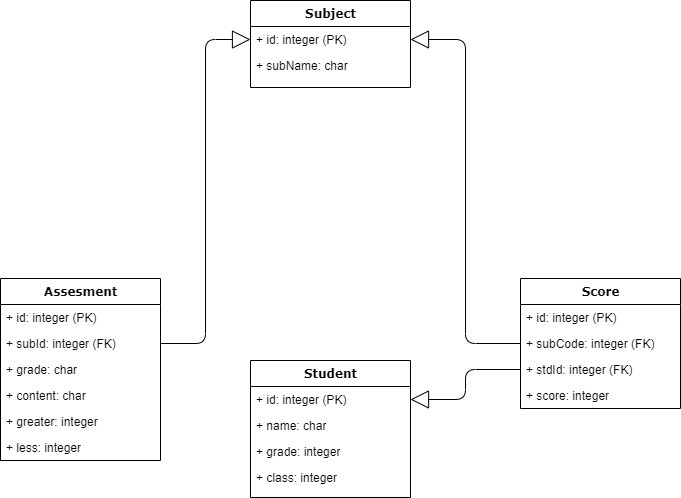
This is dbschema.png from chlwodud77/student-assesment-manager, a draw.io export, as it was before one commit. Source tidied: cells renumbered, new cells last; positions are measured from the earlier drawing's top-left corner, leaving out a move shared by most shapes.
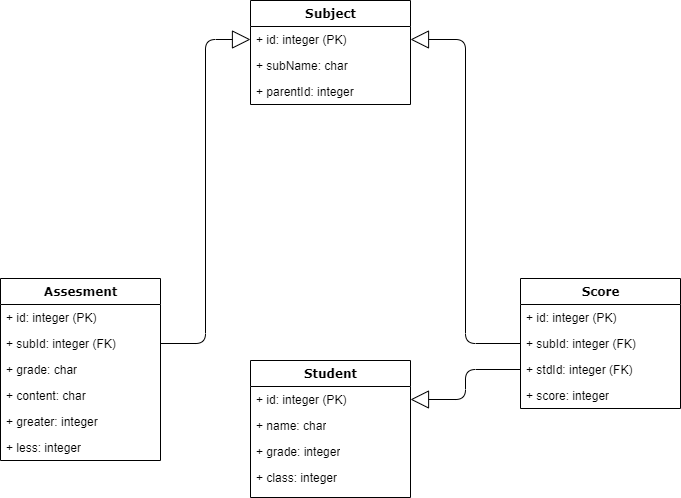
Later version of the same file.

The edit, as a diff of the source:
```diff
@@ -6,7 +6,7 @@
       <mxGeometry relative="1" as="geometry" />
     </mxCell>
     <mxCell id="3" value="Subject" style="swimlane;html=1;fontStyle=1;align=center;verticalAlign=top;horizontal=1;startSize=26;swimlaneFillColor=#ffffff;rounded=0;shadow=0;comic=0;labelBackgroundColor=none;strokeWidth=1;fillColor=none;fontFamily=Verdana;fontSize=12;" parent="1" vertex="1">
-      <mxGeometry x="250" width="160" height="87" as="geometry" />
+      <mxGeometry x="250" width="160" height="104" as="geometry" />
     </mxCell>
     <mxCell id="4" value="+ id: integer (PK)" style="text;html=1;strokeColor=none;fillColor=none;align=left;verticalAlign=top;spacingLeft=4;spacingRight=4;whiteSpace=wrap;overflow=hidden;points=[[0,0.5],[1,0.5]];portConstraint=eastwest;" parent="3" vertex="1">
       <mxGeometry y="26" width="160" height="26" as="geometry" />
@@ -14,6 +14,9 @@
     <mxCell id="5" value="+ subName: char" style="text;html=1;strokeColor=none;fillColor=none;align=left;verticalAlign=top;spacingLeft=4;spacingRight=4;whiteSpace=wrap;overflow=hidden;" parent="3" vertex="1">
       <mxGeometry y="52" width="160" height="26" as="geometry" />
     </mxCell>
+    <mxCell id="25" value="+ parentId: integer" style="text;html=1;strokeColor=none;fillColor=none;align=left;verticalAlign=top;spacingLeft=4;spacingRight=4;whiteSpace=wrap;overflow=hidden;" parent="3" vertex="1">
+      <mxGeometry y="78" width="160" height="26" as="geometry" />
+    </mxCell>
     <mxCell id="6" style="edgeStyle=orthogonalEdgeStyle;html=1;labelBackgroundColor=none;startFill=0;startSize=8;endArrow=block;endFill=0;endSize=16;fontFamily=Verdana;fontSize=12;" parent="1" edge="1" source="18" target="21">
       <mxGeometry relative="1" as="geometry" />
     </mxCell>
@@ -47,7 +50,7 @@
     <mxCell id="16" value="+ id: integer (PK)" style="text;html=1;strokeColor=none;fillColor=none;align=left;verticalAlign=top;spacingLeft=4;spacingRight=4;whiteSpace=wrap;overflow=hidden;" parent="15" vertex="1">
       <mxGeometry y="26" width="160" height="26" as="geometry" />
     </mxCell>
-    <mxCell id="17" value="+ subCode: integer (FK)" style="text;html=1;strokeColor=none;fillColor=none;align=left;verticalAlign=top;spacingLeft=4;spacingRight=4;whiteSpace=wrap;overflow=hidden;points=[[0,0.5],[1,0.5]];portConstraint=eastwest;" parent="15" vertex="1">
+    <mxCell id="17" value="+ subId: integer (FK)" style="text;html=1;strokeColor=none;fillColor=none;align=left;verticalAlign=top;spacingLeft=4;spacingRight=4;whiteSpace=wrap;overflow=hidden;points=[[0,0.5],[1,0.5]];portConstraint=eastwest;" parent="15" vertex="1">
       <mxGeometry y="52" width="160" height="26" as="geometry" />
     </mxCell>
     <mxCell id="18" value="+ stdId: integer (FK)" style="text;html=1;strokeColor=none;fillColor=none;align=left;verticalAlign=top;spacingLeft=4;spacingRight=4;whiteSpace=wrap;overflow=hidden;points=[[0,0.5],[1,0.5]];portConstraint=eastwest;" parent="15" vertex="1">
```
